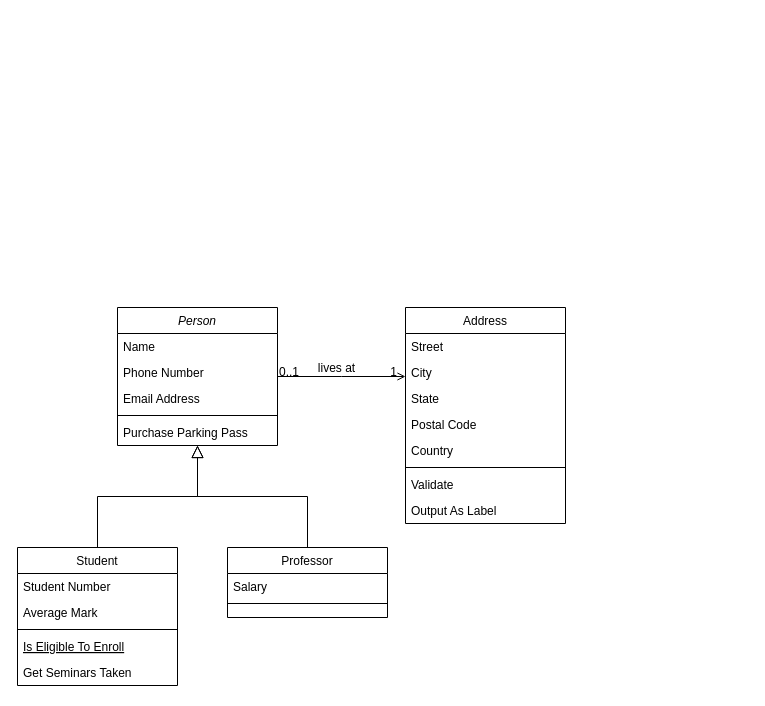
The draw.io diagram HIS-RBAC-Models.drawio in YuanchenZhu2020/DrawIO, before the edit. Source tidied: cells renumbered, new cells numbered last; positions are measured from the earlier drawing's top-left corner, leaving out a move shared by most shapes. Both pictures are drawn from the tidied source at 100%, with x=0, y=0 at pixel (17, 307).
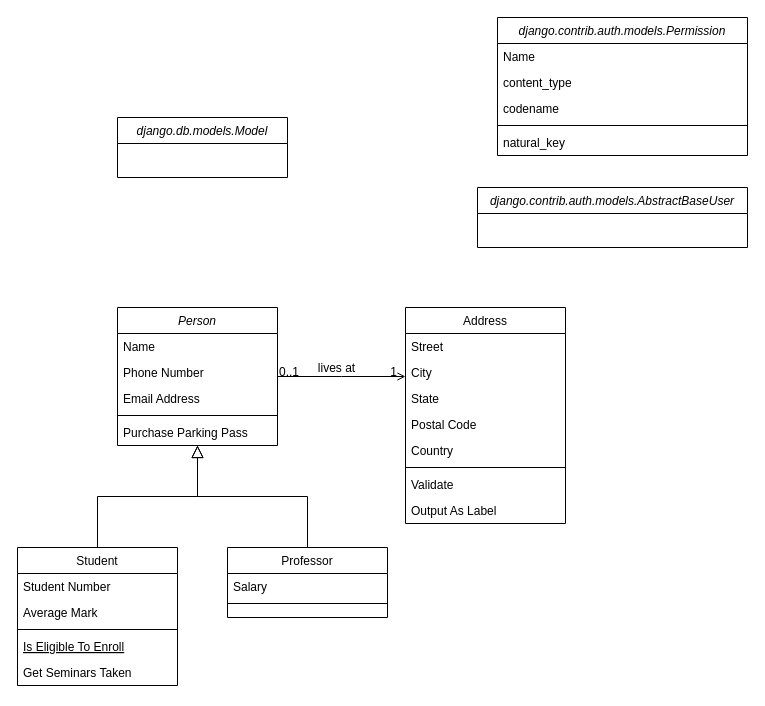
Above is the later version.

The edit, as a diff of the source:
```diff
@@
+    <mxCell id="32" value="django.db.models.Model" style="swimlane;fontStyle=2;align=center;verticalAlign=top;horizontal=1;startSize=26;rounded=0;shadow=0;strokeWidth=1;" parent="1" vertex="1">
+      <mxGeometry x="100" y="-190" width="170" height="60" as="geometry" />
+    </mxCell>
+    <mxCell id="33" value="django.contrib.auth.models.AbstractBaseUser" style="swimlane;fontStyle=2;align=center;verticalAlign=top;horizontal=1;startSize=26;rounded=0;shadow=0;strokeWidth=1;" parent="1" vertex="1">
+      <mxGeometry x="460" y="-120" width="270" height="60" as="geometry" />
+    </mxCell>
+    <mxCell id="34" value="django.contrib.auth.models.Permission" style="swimlane;fontStyle=2;align=center;verticalAlign=top;horizontal=1;startSize=26;rounded=0;shadow=0;strokeWidth=1;" parent="1" vertex="1">
+      <mxGeometry x="480" y="-290" width="250" height="138" as="geometry" />
+    </mxCell>
+    <mxCell id="35" value="Name" style="text;align=left;verticalAlign=top;spacingLeft=4;spacingRight=4;overflow=hidden;" parent="34" vertex="1">
+      <mxGeometry y="26" width="250" height="26" as="geometry" />
+    </mxCell>
+    <mxCell id="36" value="content_type" style="text;align=left;verticalAlign=top;spacingLeft=4;spacingRight=4;overflow=hidden;" parent="34" vertex="1">
+      <mxGeometry y="52" width="250" height="26" as="geometry" />
+    </mxCell>
+    <mxCell id="37" value="codename" style="text;align=left;verticalAlign=top;spacingLeft=4;spacingRight=4;overflow=hidden;" parent="34" vertex="1">
+      <mxGeometry y="78" width="250" height="26" as="geometry" />
+    </mxCell>
+    <mxCell id="38" style="line;html=1;strokeWidth=1;align=left;verticalAlign=middle;spacingTop=-1;spacingLeft=3;spacingRight=3;labelPosition=right;" parent="34" vertex="1">
+      <mxGeometry y="104" width="250" height="8" as="geometry" />
+    </mxCell>
+    <mxCell id="39" value="natural_key" style="text;align=left;verticalAlign=top;spacingLeft=4;spacingRight=4;overflow=hidden;" parent="34" vertex="1">
+      <mxGeometry y="112" width="250" height="26" as="geometry" />
+    </mxCell>
```
